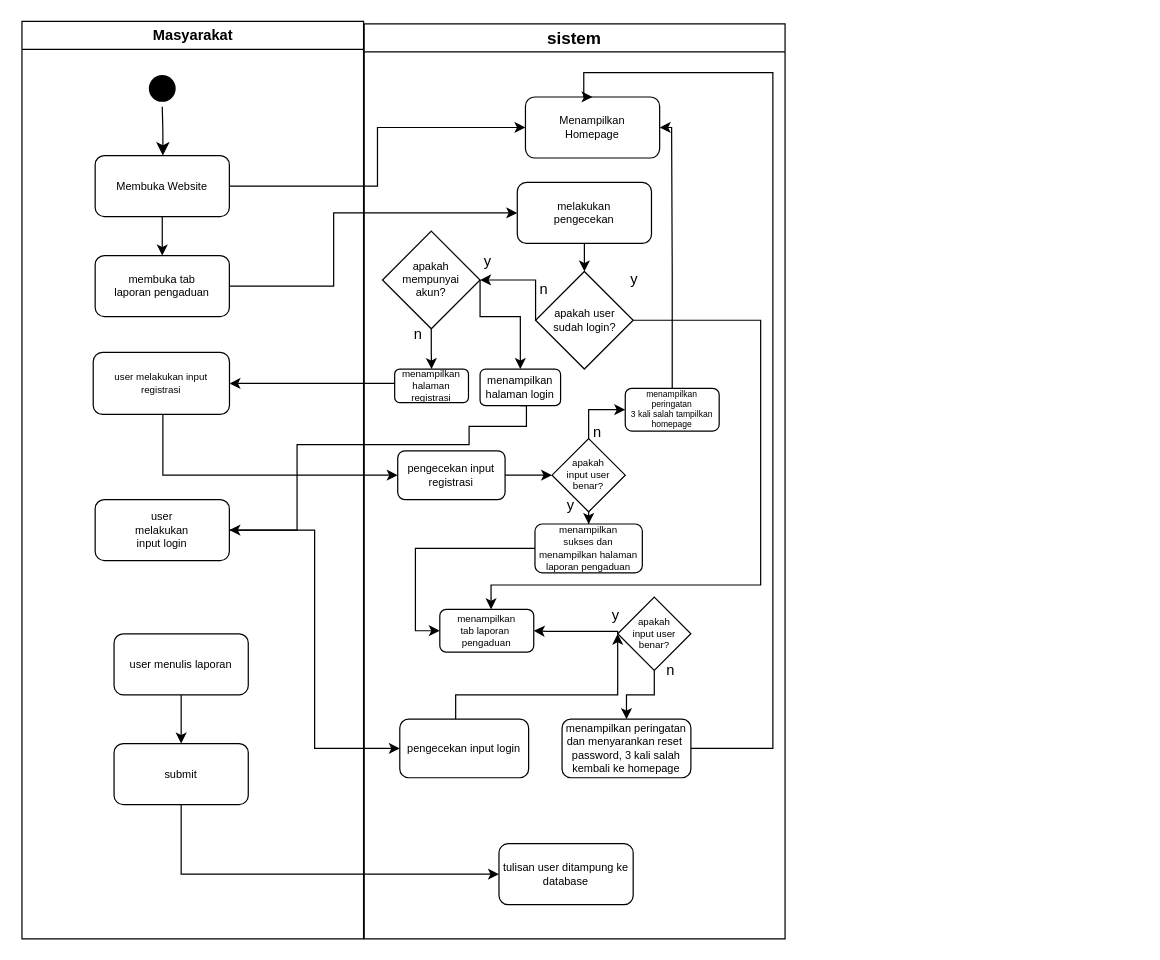
Mahklvk/laporanMasyarakatPreparation keeps this draw.io diagram as activityDiagram.drawio. Above is the earlier version. Source tidied: cells renumbered, new cells numbered last; positions are measured from the earlier drawing's top-left corner, leaving out a move shared by most shapes. Both pictures are drawn from the tidied source at 122%, with x=0, y=0 at pixel (21, 21).
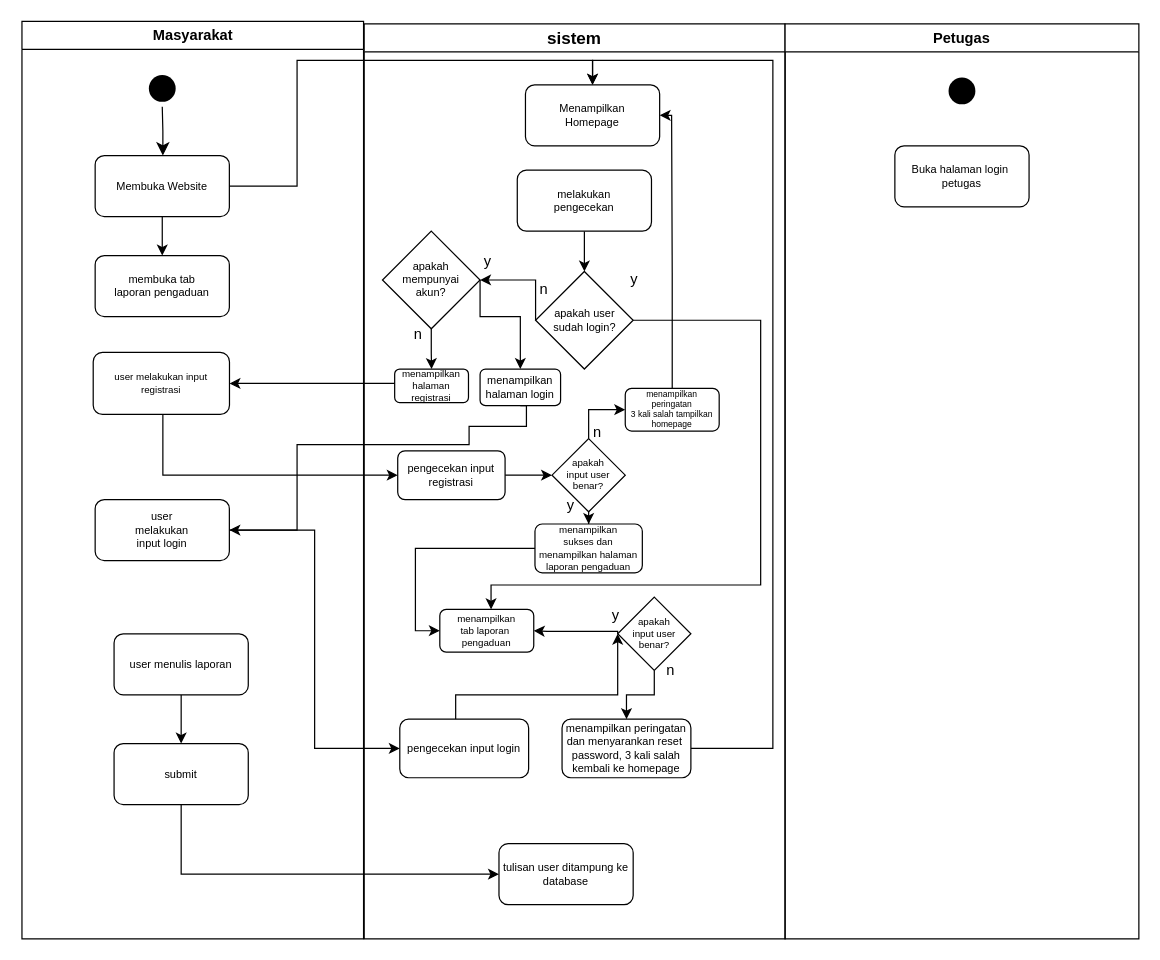
The same diagram, later.

Unchanged cells that the change refers to:
```xml
<mxCell id="6" value="Membuka Website" style="fontSize=9;rounded=1;" parent="2" vertex="1">
  <mxGeometry x="60" y="110" width="110" height="50" as="geometry" />
</mxCell>
<mxCell id="8" value="membuka tab&#10;laporan pengaduan" style="fontSize=9;rounded=1;" parent="2" vertex="1">
  <mxGeometry x="60" y="192" width="110" height="50" as="geometry" />
</mxCell>
<mxCell id="14" value="sistem" style="swimlane;whiteSpace=wrap;spacing=3;fontSize=14;" parent="1" vertex="1">
  <mxGeometry x="281" y="2" width="345" height="750" as="geometry" />
</mxCell>
<mxCell id="40" value="menampilkan peringatan&#10;dan menyarankan reset &#10;password, 3 kali salah&#10;kembali ke homepage" style="fontSize=9;rounded=1;" parent="14" vertex="1">
  <mxGeometry x="162.2" y="570" width="105.6" height="48" as="geometry" />
</mxCell>
```

What changed in the source:
```diff
@@
     <mxCell id="17" value="Menampilkan&#10;Homepage" style="fontSize=9;rounded=1;" parent="14" vertex="1">
-      <mxGeometry x="132.2" y="60" width="110" height="50" as="geometry" />
+      <mxGeometry x="132.2" y="50" width="110" height="50" as="geometry" />
     </mxCell>
@@
     <mxCell id="19" value="melakukan&#10;pengecekan" style="fontSize=9;rounded=1;" parent="14" vertex="1">
-      <mxGeometry x="125.5" y="130" width="110" height="50" as="geometry" />
+      <mxGeometry x="125.5" y="120" width="110" height="50" as="geometry" />
     </mxCell>
@@
     <mxCell id="39" style="edgeStyle=orthogonalEdgeStyle;rounded=0;jettySize=auto;html=1;entryX=0.5;entryY=0;entryDx=0;entryDy=0;" parent="14" edge="1" source="40" target="17">
       <mxGeometry relative="1" as="geometry">
         <Array as="points">
           <mxPoint x="335" y="594" />
-          <mxPoint x="335" y="40" />
-          <mxPoint x="180" y="40" />
+          <mxPoint x="335" y="30" />
+          <mxPoint x="187" y="30" />
         </Array>
       </mxGeometry>
     </mxCell>
@@
-    <mxCell id="58" style="edgeStyle=orthogonalEdgeStyle;rounded=0;jettySize=auto;html=1;exitX=1;exitY=0.5;exitDx=0;exitDy=0;entryX=0;entryY=0.5;entryDx=0;entryDy=0;" parent="1" edge="1" source="6" target="17">
-      <mxGeometry relative="1" as="geometry" />
+    <mxCell id="58" style="edgeStyle=orthogonalEdgeStyle;rounded=0;jettySize=auto;html=1;exitX=1;exitY=0.5;exitDx=0;exitDy=0;entryX=0.5;entryY=0;entryDx=0;entryDy=0;" parent="1" edge="1" source="6" target="17">
+      <mxGeometry relative="1" as="geometry">
+        <Array as="points">
+          <mxPoint x="226" y="135" />
+          <mxPoint x="226" y="32" />
+          <mxPoint x="468" y="32" />
+        </Array>
+      </mxGeometry>
     </mxCell>
@@
-    <mxCell id="60" style="edgeStyle=orthogonalEdgeStyle;rounded=0;jettySize=auto;html=1;entryX=0;entryY=0.5;entryDx=0;entryDy=0;" parent="1" edge="1" source="8" target="19">
-      <mxGeometry relative="1" as="geometry">
-        <Array as="points">
-          <mxPoint x="256" y="217" />
-          <mxPoint x="256" y="157" />
-        </Array>
-      </mxGeometry>
-    </mxCell>
+    <mxCell id="61" value="Petugas" style="swimlane;whiteSpace=wrap;html=1;" parent="1" vertex="1">
+      <mxGeometry x="626" y="2" width="290" height="750" as="geometry" />
+    </mxCell>
+    <mxCell id="62" value="Buka halaman login &#10;petugas" style="fontSize=9;rounded=1;" parent="61" vertex="1">
+      <mxGeometry x="90" y="100" width="110" height="50" as="geometry" />
+    </mxCell>
+    <mxCell id="63" style="ellipse;shape=startState;fillColor=#000000;strokeColor=none;" parent="61" vertex="1">
+      <mxGeometry x="130" y="40" width="30" height="30" as="geometry" />
+    </mxCell>
```
